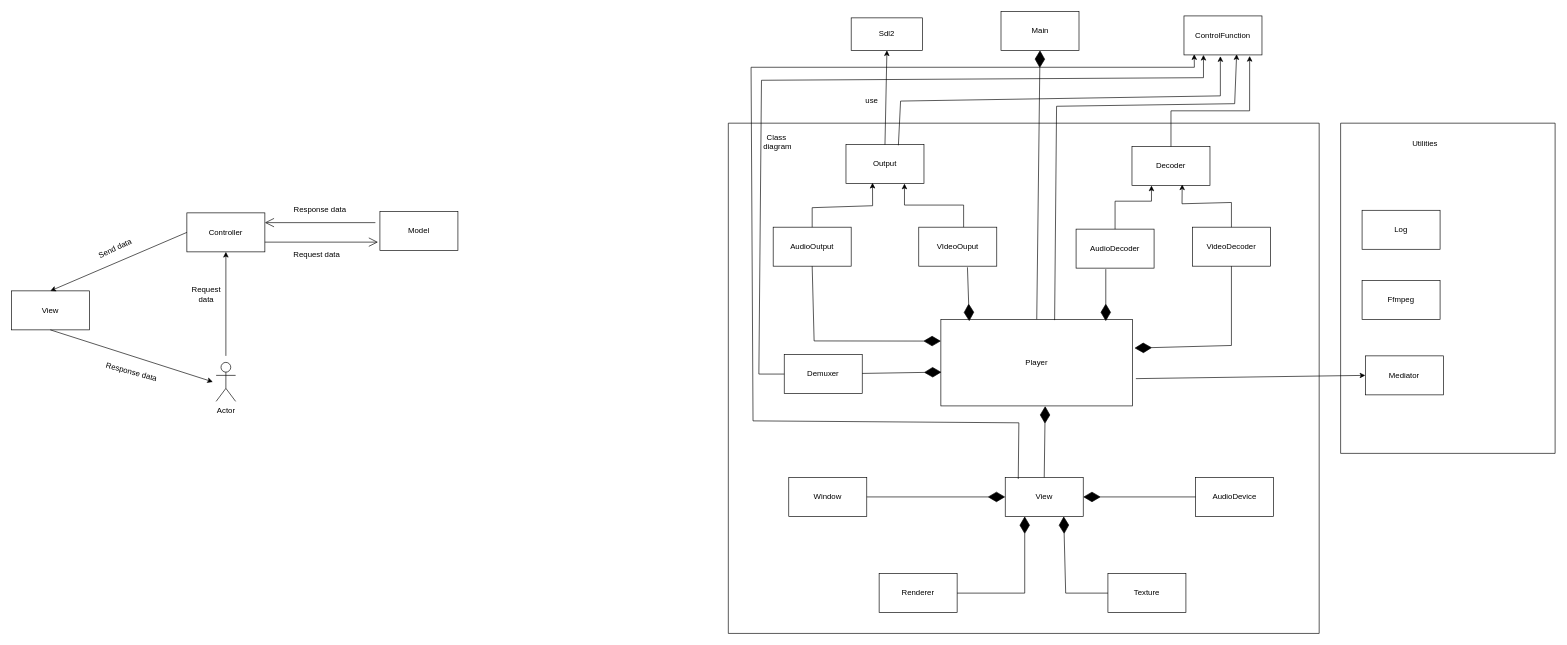
Earlier version of the draw.io diagram document/DetailDesign.drawio (Huuloc101010/MediaPlayer). Source tidied: cells renumbered, new cells numbered last; positions are measured from the earlier drawing's top-left corner, leaving out a move shared by most shapes. Both pictures are drawn from the tidied source at 65%, with x=0, y=0 at pixel (11, 11).
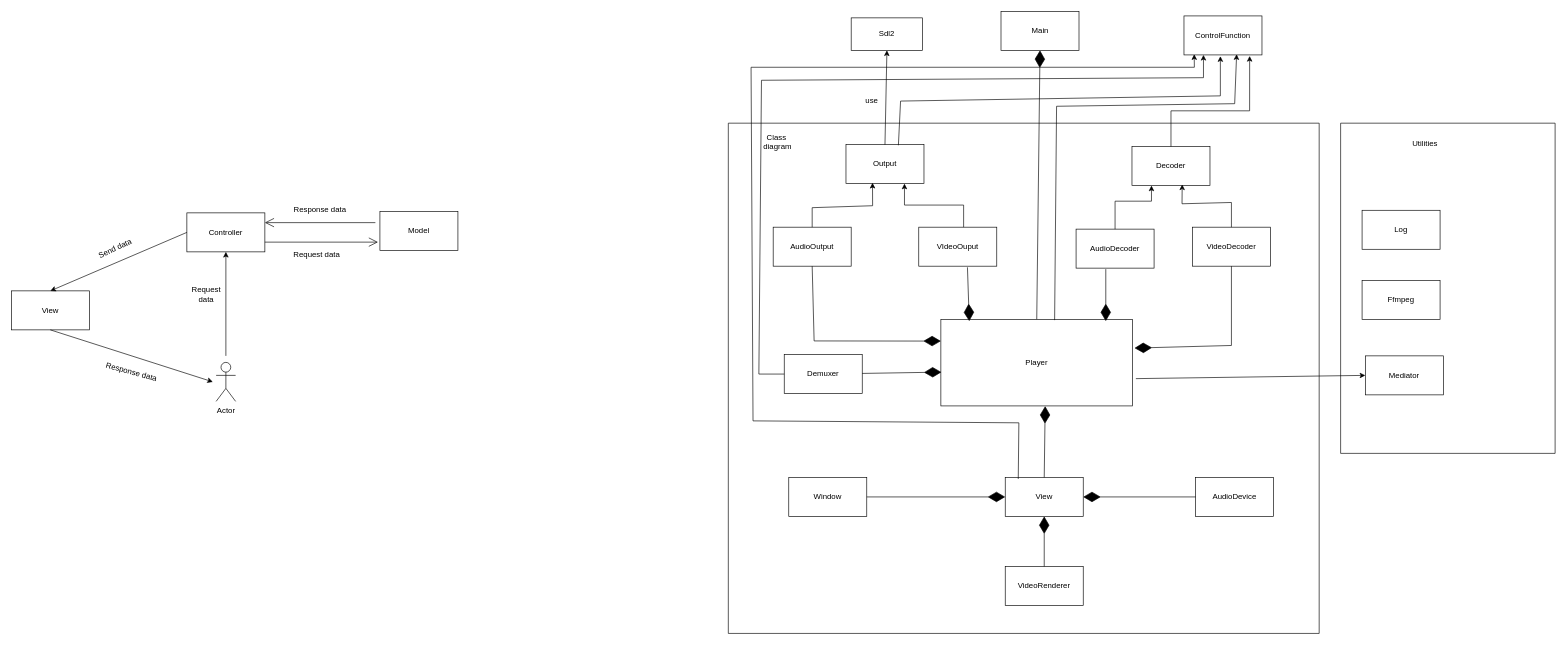
Above is the later version.

Commit message (it also covers changes not shown here):
Create class VideoRenderer

The change refers to these unchanged cells:
```xml
<mxCell id="5" style="swimlane;startSize=0;gradientColor=none;swimlaneFillColor=none;" parent="1" vertex="1">
  <mxGeometry x="1103" y="172" width="909" height="785" as="geometry" />
</mxCell>
<mxCell id="24" value="View" style="rounded=0;whiteSpace=wrap;html=1;" parent="5" vertex="1">
  <mxGeometry x="426" y="545" width="120" height="60" as="geometry" />
</mxCell>
```

What changed in the source:
```diff
@@
-    <mxCell id="28" value="Texture" style="rounded=0;whiteSpace=wrap;html=1;" parent="5" vertex="1">
-      <mxGeometry x="584" y="693" width="120" height="60" as="geometry" />
-    </mxCell>
-    <mxCell id="29" value="Renderer" style="rounded=0;whiteSpace=wrap;html=1;" parent="5" vertex="1">
-      <mxGeometry x="232" y="693" width="120" height="60" as="geometry" />
+    <mxCell id="29" value="VideoRenderer" style="rounded=0;whiteSpace=wrap;html=1;" parent="5" vertex="1">
+      <mxGeometry x="426" y="682" width="120" height="60" as="geometry" />
     </mxCell>
@@
-    <mxCell id="31" style="endArrow=diamondThin;endFill=1;endSize=24;html=1;rounded=0;entryX=0.25;entryY=1;entryDx=0;entryDy=0;exitX=1;exitY=0.5;exitDx=0;exitDy=0;" parent="5" edge="1" source="29" target="24">
-      <mxGeometry relative="1" as="geometry">
-        <Array as="points">
-          <mxPoint x="456" y="723" />
-        </Array>
-      </mxGeometry>
+    <mxCell id="31" style="endArrow=diamondThin;endFill=1;endSize=24;html=1;rounded=0;entryX=0.5;entryY=1;entryDx=0;entryDy=0;exitX=0.5;exitY=0;exitDx=0;exitDy=0;" parent="5" edge="1" source="29" target="24">
+      <mxGeometry relative="1" as="geometry" />
     </mxCell>
-    <mxCell id="32" style="endArrow=diamondThin;endFill=1;endSize=24;html=1;rounded=0;entryX=0.75;entryY=1;entryDx=0;entryDy=0;exitX=0;exitY=0.5;exitDx=0;exitDy=0;" parent="5" edge="1" source="28" target="24">
-      <mxGeometry relative="1" as="geometry">
-        <Array as="points">
-          <mxPoint x="519" y="723" />
-        </Array>
-      </mxGeometry>
-    </mxCell>
```
